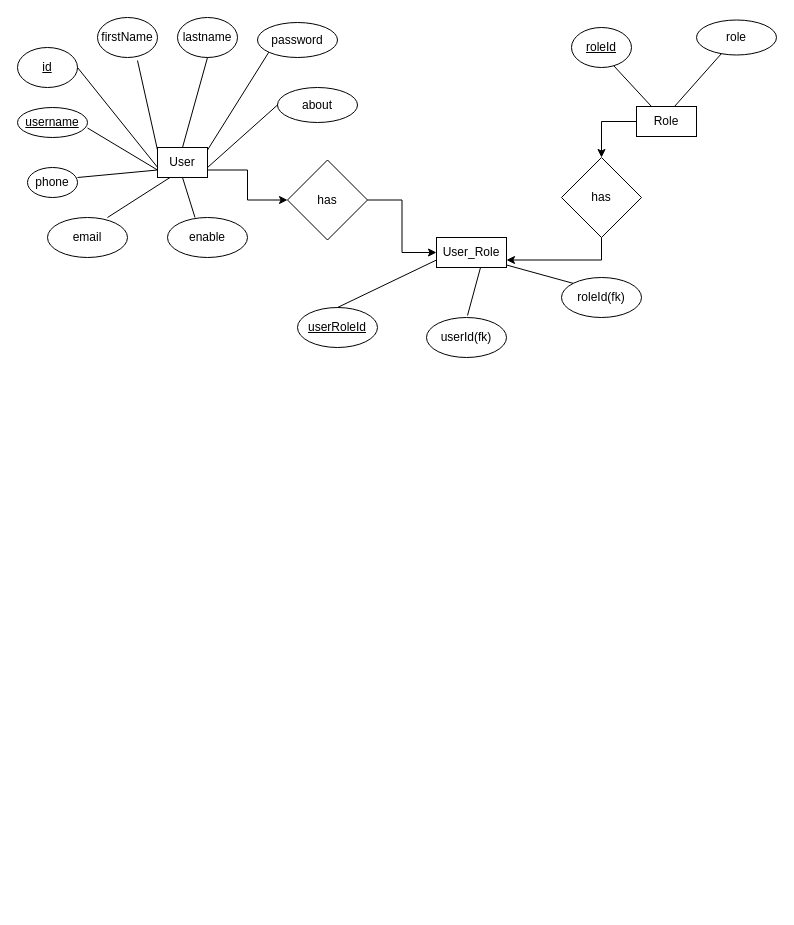
Earlier version of the draw.io diagram src/flowchart.drawio (sushilv3/exam-portal-with-rest). Source tidied: cells renumbered, new cells numbered last; positions are measured from the earlier drawing's top-left corner, leaving out a move shared by most shapes. Both pictures are drawn from the tidied source at 100%, with x=0, y=0 at pixel (17, 17).
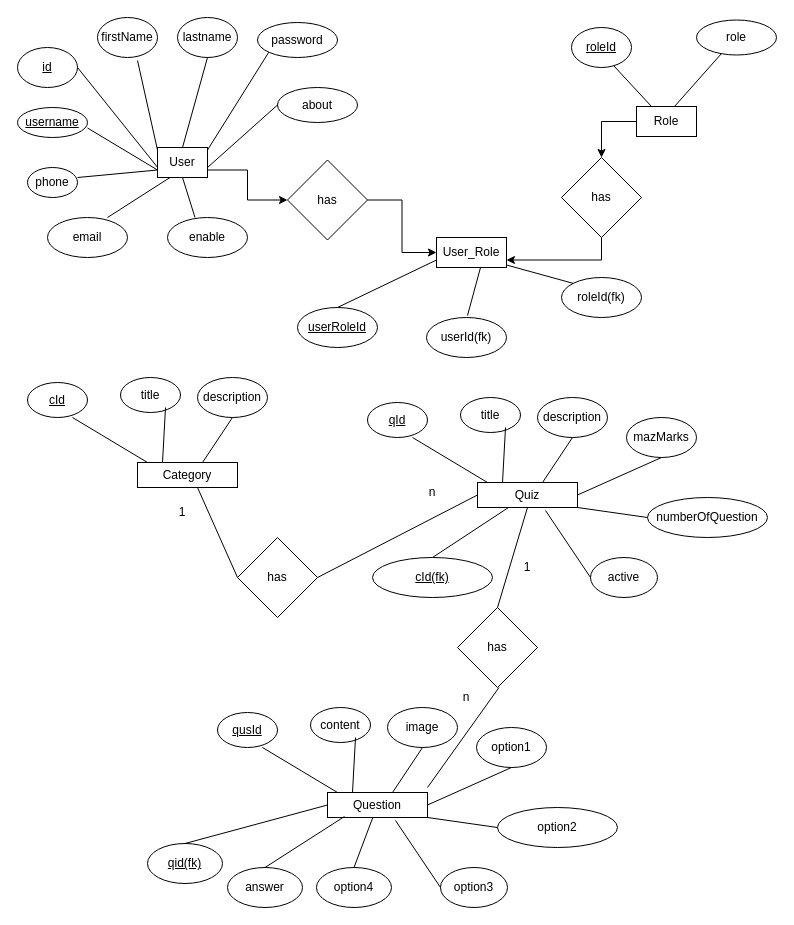
After the change.

Commit message:
updated entity relationship flow chart

What changed in the source:
```diff
@@
+    <mxCell id="39" value="Category" style="rounded=0;whiteSpace=wrap;html=1;" parent="1" vertex="1">
+      <mxGeometry x="120" y="445" width="100" height="25" as="geometry" />
+    </mxCell>
+    <mxCell id="40" value="&lt;u&gt;cId&lt;/u&gt;" style="ellipse;whiteSpace=wrap;html=1;" parent="1" vertex="1">
+      <mxGeometry x="10" y="365" width="60" height="35" as="geometry" />
+    </mxCell>
+    <mxCell id="41" style="endArrow=none;html=1;" parent="1" edge="1">
+      <mxGeometry relative="1" as="geometry">
+        <mxPoint x="130" y="445" as="sourcePoint" />
+        <mxPoint x="55" y="400" as="targetPoint" />
+      </mxGeometry>
+    </mxCell>
+    <mxCell id="42" value="title" style="ellipse;whiteSpace=wrap;html=1;" parent="1" vertex="1">
+      <mxGeometry x="103" y="360" width="60" height="35" as="geometry" />
+    </mxCell>
+    <mxCell id="43" style="endArrow=none;html=1;exitX=0.25;exitY=0;exitDx=0;exitDy=0;" parent="1" edge="1" source="39">
+      <mxGeometry relative="1" as="geometry">
+        <mxPoint x="148" y="390" as="targetPoint" />
+      </mxGeometry>
+    </mxCell>
+    <mxCell id="44" value="description" style="ellipse;whiteSpace=wrap;html=1;" parent="1" vertex="1">
+      <mxGeometry x="180" y="360" width="70" height="40" as="geometry" />
+    </mxCell>
+    <mxCell id="45" style="endArrow=none;html=1;entryX=0.5;entryY=1;entryDx=0;entryDy=0;exitX=0.65;exitY=0;exitDx=0;exitDy=0;exitPerimeter=0;" parent="1" edge="1" source="39" target="44">
+      <mxGeometry relative="1" as="geometry" />
+    </mxCell>
+    <mxCell id="46" value="Quiz" style="rounded=0;whiteSpace=wrap;html=1;" parent="1" vertex="1">
+      <mxGeometry x="460" y="465" width="100" height="25" as="geometry" />
+    </mxCell>
+    <mxCell id="47" value="&lt;u&gt;qId&lt;/u&gt;" style="ellipse;whiteSpace=wrap;html=1;" parent="1" vertex="1">
+      <mxGeometry x="350" y="385" width="60" height="35" as="geometry" />
+    </mxCell>
+    <mxCell id="48" style="endArrow=none;html=1;" parent="1" edge="1">
+      <mxGeometry relative="1" as="geometry">
+        <mxPoint x="470" y="465" as="sourcePoint" />
+        <mxPoint x="395" y="420" as="targetPoint" />
+      </mxGeometry>
+    </mxCell>
+    <mxCell id="49" value="title" style="ellipse;whiteSpace=wrap;html=1;" parent="1" vertex="1">
+      <mxGeometry x="443" y="380" width="60" height="35" as="geometry" />
+    </mxCell>
+    <mxCell id="50" style="endArrow=none;html=1;exitX=0.25;exitY=0;exitDx=0;exitDy=0;" parent="1" edge="1" source="46">
+      <mxGeometry relative="1" as="geometry">
+        <mxPoint x="488" y="410" as="targetPoint" />
+      </mxGeometry>
+    </mxCell>
+    <mxCell id="51" value="description" style="ellipse;whiteSpace=wrap;html=1;" parent="1" vertex="1">
+      <mxGeometry x="520" y="380" width="70" height="40" as="geometry" />
+    </mxCell>
+    <mxCell id="52" style="endArrow=none;html=1;entryX=0.5;entryY=1;entryDx=0;entryDy=0;exitX=0.65;exitY=0;exitDx=0;exitDy=0;exitPerimeter=0;" parent="1" edge="1" source="46" target="51">
+      <mxGeometry relative="1" as="geometry" />
+    </mxCell>
+    <mxCell id="53" value="mazMarks" style="ellipse;whiteSpace=wrap;html=1;" parent="1" vertex="1">
+      <mxGeometry x="609" y="400" width="70" height="40" as="geometry" />
+    </mxCell>
+    <mxCell id="54" style="endArrow=none;html=1;entryX=0.5;entryY=1;entryDx=0;entryDy=0;exitX=1;exitY=0.5;exitDx=0;exitDy=0;" parent="1" edge="1" source="46" target="53">
+      <mxGeometry relative="1" as="geometry" />
+    </mxCell>
+    <mxCell id="55" value="numberOfQuestion" style="ellipse;whiteSpace=wrap;html=1;" parent="1" vertex="1">
+      <mxGeometry x="630" y="480" width="120" height="40" as="geometry" />
+    </mxCell>
+    <mxCell id="56" style="endArrow=none;html=1;entryX=0;entryY=0.5;entryDx=0;entryDy=0;exitX=1;exitY=1;exitDx=0;exitDy=0;" parent="1" edge="1" source="46" target="55">
+      <mxGeometry relative="1" as="geometry" />
+    </mxCell>
+    <mxCell id="57" value="active" style="ellipse;whiteSpace=wrap;html=1;" parent="1" vertex="1">
+      <mxGeometry x="573" y="540" width="67" height="40" as="geometry" />
+    </mxCell>
+    <mxCell id="58" style="endArrow=none;html=1;entryX=0;entryY=0.5;entryDx=0;entryDy=0;exitX=0.68;exitY=1.12;exitDx=0;exitDy=0;exitPerimeter=0;" parent="1" edge="1" source="46" target="57">
+      <mxGeometry relative="1" as="geometry" />
+    </mxCell>
+    <mxCell id="59" value="&lt;u&gt;cId(fk)&lt;/u&gt;" style="ellipse;whiteSpace=wrap;html=1;" parent="1" vertex="1">
+      <mxGeometry x="355" y="540" width="120" height="40" as="geometry" />
+    </mxCell>
+    <mxCell id="60" style="endArrow=none;html=1;entryX=0.5;entryY=0;entryDx=0;entryDy=0;" parent="1" edge="1" source="46" target="59">
+      <mxGeometry relative="1" as="geometry" />
+    </mxCell>
+    <mxCell id="61" value="has" style="rhombus;whiteSpace=wrap;html=1;" parent="1" vertex="1">
+      <mxGeometry x="220" y="520" width="80" height="80" as="geometry" />
+    </mxCell>
+    <mxCell id="62" style="endArrow=none;html=1;exitX=0;exitY=0.5;exitDx=0;exitDy=0;" parent="1" edge="1" source="61">
+      <mxGeometry relative="1" as="geometry">
+        <mxPoint x="180" y="470" as="targetPoint" />
+      </mxGeometry>
+    </mxCell>
+    <mxCell id="63" value="1" style="text;html=1;strokeColor=none;fillColor=none;align=center;verticalAlign=middle;whiteSpace=wrap;rounded=0;" parent="1" vertex="1">
+      <mxGeometry x="145" y="485" width="40" height="20" as="geometry" />
+    </mxCell>
+    <mxCell id="64" style="endArrow=none;html=1;exitX=1;exitY=0.5;exitDx=0;exitDy=0;entryX=0;entryY=0.5;entryDx=0;entryDy=0;" parent="1" edge="1" source="61" target="46">
+      <mxGeometry relative="1" as="geometry" />
+    </mxCell>
+    <mxCell id="65" value="n" style="text;html=1;strokeColor=none;fillColor=none;align=center;verticalAlign=middle;whiteSpace=wrap;rounded=0;" parent="1" vertex="1">
+      <mxGeometry x="395" y="465" width="40" height="20" as="geometry" />
+    </mxCell>
+    <mxCell id="66" value="Question" style="rounded=0;whiteSpace=wrap;html=1;" parent="1" vertex="1">
+      <mxGeometry x="310" y="775" width="100" height="25" as="geometry" />
+    </mxCell>
+    <mxCell id="67" value="&lt;u&gt;qusId&lt;/u&gt;" style="ellipse;whiteSpace=wrap;html=1;" parent="1" vertex="1">
+      <mxGeometry x="200" y="695" width="60" height="35" as="geometry" />
+    </mxCell>
+    <mxCell id="68" style="endArrow=none;html=1;" parent="1" edge="1">
+      <mxGeometry relative="1" as="geometry">
+        <mxPoint x="320" y="775" as="sourcePoint" />
+        <mxPoint x="245" y="730" as="targetPoint" />
+      </mxGeometry>
+    </mxCell>
+    <mxCell id="69" value="content" style="ellipse;whiteSpace=wrap;html=1;" parent="1" vertex="1">
+      <mxGeometry x="293" y="690" width="60" height="35" as="geometry" />
+    </mxCell>
+    <mxCell id="70" style="endArrow=none;html=1;exitX=0.25;exitY=0;exitDx=0;exitDy=0;" parent="1" edge="1" source="66">
+      <mxGeometry relative="1" as="geometry">
+        <mxPoint x="338" y="720" as="targetPoint" />
+      </mxGeometry>
+    </mxCell>
+    <mxCell id="71" value="image" style="ellipse;whiteSpace=wrap;html=1;" parent="1" vertex="1">
+      <mxGeometry x="370" y="690" width="70" height="40" as="geometry" />
+    </mxCell>
+    <mxCell id="72" style="endArrow=none;html=1;entryX=0.5;entryY=1;entryDx=0;entryDy=0;exitX=0.65;exitY=0;exitDx=0;exitDy=0;exitPerimeter=0;" parent="1" edge="1" source="66" target="71">
+      <mxGeometry relative="1" as="geometry" />
+    </mxCell>
+    <mxCell id="73" value="option1" style="ellipse;whiteSpace=wrap;html=1;" parent="1" vertex="1">
+      <mxGeometry x="459" y="710" width="70" height="40" as="geometry" />
+    </mxCell>
+    <mxCell id="74" style="endArrow=none;html=1;entryX=0.5;entryY=1;entryDx=0;entryDy=0;exitX=1;exitY=0.5;exitDx=0;exitDy=0;" parent="1" edge="1" source="66" target="73">
+      <mxGeometry relative="1" as="geometry" />
+    </mxCell>
+    <mxCell id="75" value="option2" style="ellipse;whiteSpace=wrap;html=1;" parent="1" vertex="1">
+      <mxGeometry x="480" y="790" width="120" height="40" as="geometry" />
+    </mxCell>
+    <mxCell id="76" style="endArrow=none;html=1;entryX=0;entryY=0.5;entryDx=0;entryDy=0;exitX=1;exitY=1;exitDx=0;exitDy=0;" parent="1" edge="1" source="66">
+      <mxGeometry relative="1" as="geometry">
+        <mxPoint x="480" y="810" as="targetPoint" />
+      </mxGeometry>
+    </mxCell>
+    <mxCell id="77" value="option3" style="ellipse;whiteSpace=wrap;html=1;" parent="1" vertex="1">
+      <mxGeometry x="423" y="850" width="67" height="40" as="geometry" />
+    </mxCell>
+    <mxCell id="78" style="endArrow=none;html=1;entryX=0;entryY=0.5;entryDx=0;entryDy=0;exitX=0.68;exitY=1.12;exitDx=0;exitDy=0;exitPerimeter=0;" parent="1" edge="1" source="66" target="77">
+      <mxGeometry relative="1" as="geometry" />
+    </mxCell>
+    <mxCell id="79" value="option4" style="ellipse;whiteSpace=wrap;html=1;" parent="1" vertex="1">
+      <mxGeometry x="299" y="850" width="75" height="40" as="geometry" />
+    </mxCell>
+    <mxCell id="80" style="endArrow=none;html=1;entryX=0.5;entryY=0;entryDx=0;entryDy=0;" parent="1" edge="1" source="66" target="79">
+      <mxGeometry relative="1" as="geometry" />
+    </mxCell>
+    <mxCell id="81" value="answer" style="ellipse;whiteSpace=wrap;html=1;" parent="1" vertex="1">
+      <mxGeometry x="210" y="850" width="75" height="40" as="geometry" />
+    </mxCell>
+    <mxCell id="82" style="endArrow=none;html=1;entryX=0.5;entryY=0;entryDx=0;entryDy=0;exitX=0.17;exitY=0.96;exitDx=0;exitDy=0;exitPerimeter=0;" parent="1" edge="1" source="66" target="81">
+      <mxGeometry relative="1" as="geometry" />
+    </mxCell>
+    <mxCell id="83" value="&lt;u&gt;qid(fk)&lt;/u&gt;" style="ellipse;whiteSpace=wrap;html=1;" parent="1" vertex="1">
+      <mxGeometry x="130" y="826" width="75" height="40" as="geometry" />
+    </mxCell>
+    <mxCell id="84" style="endArrow=none;html=1;entryX=0.5;entryY=0;entryDx=0;entryDy=0;exitX=0;exitY=0.5;exitDx=0;exitDy=0;" parent="1" edge="1" source="66" target="83">
+      <mxGeometry relative="1" as="geometry" />
+    </mxCell>
+    <mxCell id="85" value="has" style="rhombus;whiteSpace=wrap;html=1;" parent="1" vertex="1">
+      <mxGeometry x="440" y="590" width="80" height="80" as="geometry" />
+    </mxCell>
+    <mxCell id="86" style="endArrow=none;html=1;exitX=0.5;exitY=0;exitDx=0;exitDy=0;" parent="1" edge="1" source="85">
+      <mxGeometry relative="1" as="geometry">
+        <mxPoint x="510" y="490" as="targetPoint" />
+      </mxGeometry>
+    </mxCell>
+    <mxCell id="87" style="endArrow=none;html=1;" parent="1" edge="1">
+      <mxGeometry relative="1" as="geometry">
+        <mxPoint x="410" y="770" as="sourcePoint" />
+        <mxPoint x="481.5" y="670" as="targetPoint" />
+      </mxGeometry>
+    </mxCell>
+    <mxCell id="88" value="1" style="text;html=1;strokeColor=none;fillColor=none;align=center;verticalAlign=middle;whiteSpace=wrap;rounded=0;" parent="1" vertex="1">
+      <mxGeometry x="490" y="540" width="40" height="20" as="geometry" />
+    </mxCell>
+    <mxCell id="89" value="n" style="text;html=1;strokeColor=none;fillColor=none;align=center;verticalAlign=middle;whiteSpace=wrap;rounded=0;" parent="1" vertex="1">
+      <mxGeometry x="429" y="670" width="40" height="20" as="geometry" />
+    </mxCell>
```
